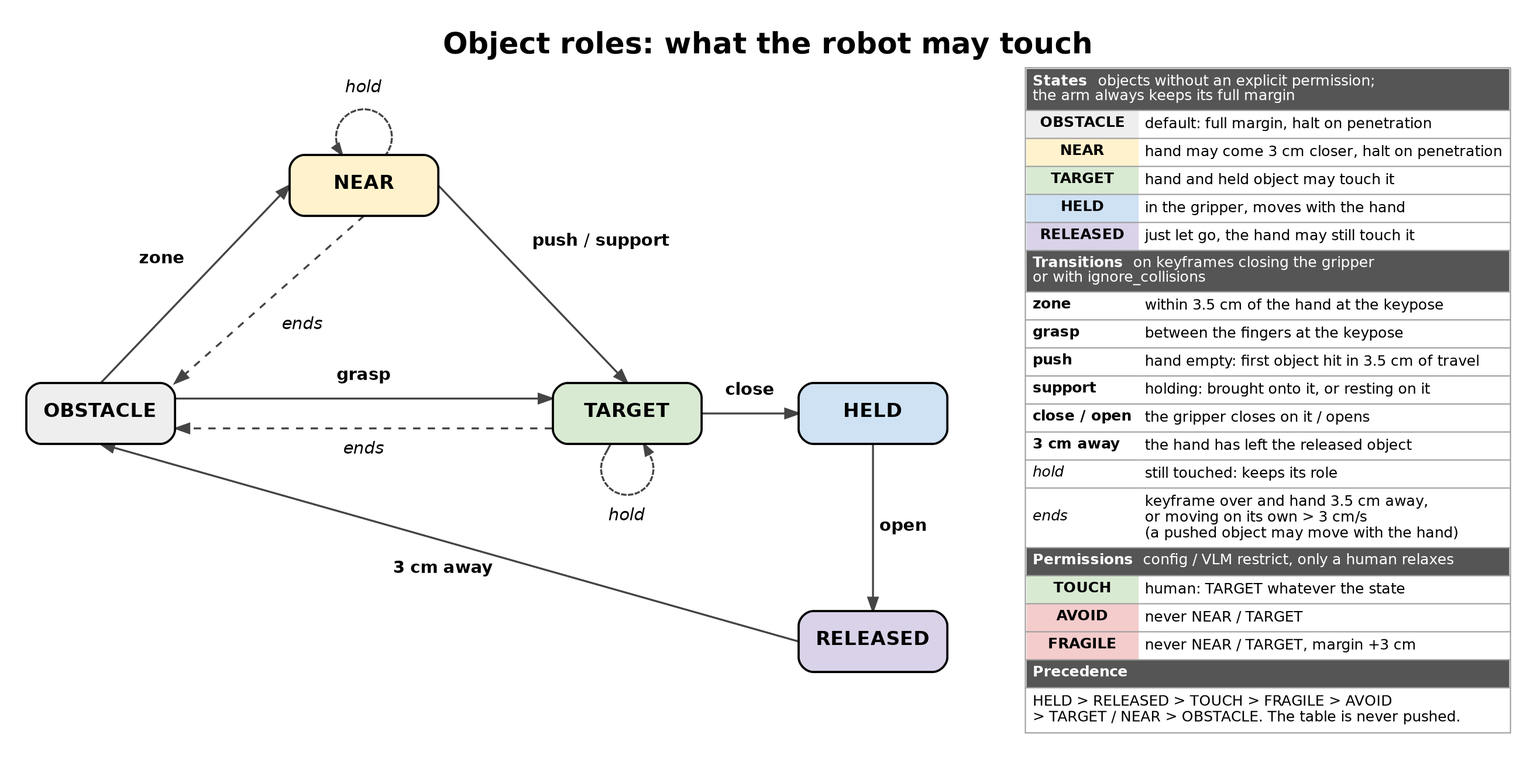
Before: docs/diagrams/object_roles.png, a diagram exported from Graphviz (Mark55X/drema_code). Its source is kept beside it as docs/diagrams/object_roles.dot. The source it was exported from:
```dot
digraph object_roles {
    graph [layout=neato, splines=line, fontname="Helvetica", fontsize=24, pad=0.3, outputorder=edgesfirst,
           label=<<b>Object roles: what the robot may touch</b>>, labelloc=t];
    node [fontname="Helvetica", fontsize=16, shape=box, style="rounded,filled,bold", penwidth=1.8, fixedsize=true,
          width=1.7, height=0.7];
    edge [penwidth=1.6, color="#444444", arrowsize=1.1];

    obstacle [pos="1.6,3.8!", label=<<b>OBSTACLE</b>>, fillcolor="#eeeeee"];
    near     [pos="4.6,6.4!", label=<<b>NEAR</b>>, fillcolor="#fff2cc"];
    target   [pos="7.6,3.8!", label=<<b>TARGET</b>>, fillcolor="#d9ead3"];
    held     [pos="10.4,3.8!", label=<<b>HELD</b>>, fillcolor="#cfe2f3"];
    released [pos="10.4,1.2!", label=<<b>RELEASED</b>>, fillcolor="#d9d2e9"];

    obstacle:n -> near:w;
    near:s -> obstacle:ne [style=dashed];
    near:e -> target:n;
    target:e -> held:w;
    held:s -> released:n;
    released:w -> obstacle:s;

    node [shape=point, width=0.01, style=invis, fixedsize=true];
    grasp_o [pos="2.45,3.97!"];  grasp_t [pos="6.75,3.97!"];
    ends_t [pos="6.75,3.63!"];  ends_o [pos="2.45,3.63!"];
    grasp_o -> grasp_t;
    ends_t -> ends_o [style=dashed];

    node [shape=point, width=0.01, style=invis, fixedsize=true];
    near_h0 [pos="4.877,6.790!"];  near_h1 [pos="4.909,6.867!"];  near_h2 [pos="4.920,6.950!"];  near_h3 [pos="4.909,7.033!"];  near_h4 [pos="4.877,7.110!"];  near_h5 [pos="4.826,7.176!"];  near_h6 [pos="4.760,7.227!"];  near_h7 [pos="4.683,7.259!"];  near_h8 [pos="4.600,7.270!"];  near_h9 [pos="4.517,7.259!"];  near_h10 [pos="4.440,7.227!"];  near_h11 [pos="4.374,7.176!"];  near_h12 [pos="4.323,7.110!"];  near_h13 [pos="4.291,7.033!"];  near_h14 [pos="4.280,6.950!"];  near_h15 [pos="4.291,6.867!"];  near_h16 [pos="4.323,6.790!"];
    near -> near_h0 [arrowhead=none];
    near_h0 -> near_h1 [arrowhead=none];
    near_h1 -> near_h2 [arrowhead=none];
    near_h2 -> near_h3 [arrowhead=none];
    near_h3 -> near_h4 [arrowhead=none];
    near_h4 -> near_h5 [arrowhead=none];
    near_h5 -> near_h6 [arrowhead=none];
    near_h6 -> near_h7 [arrowhead=none];
    near_h7 -> near_h8 [arrowhead=none];
    near_h8 -> near_h9 [arrowhead=none];
    near_h9 -> near_h10 [arrowhead=none];
    near_h10 -> near_h11 [arrowhead=none];
    near_h11 -> near_h12 [arrowhead=none];
    near_h12 -> near_h13 [arrowhead=none];
    near_h13 -> near_h14 [arrowhead=none];
    near_h14 -> near_h15 [arrowhead=none];
    near_h15 -> near_h16 [arrowhead=none];
    near_h16 -> near [arrowsize=0.9];

    target_h0 [pos="7.340,3.320!"];  target_h1 [pos="7.310,3.248!"];  target_h2 [pos="7.300,3.170!"];  target_h3 [pos="7.310,3.092!"];  target_h4 [pos="7.340,3.020!"];  target_h5 [pos="7.388,2.958!"];  target_h6 [pos="7.450,2.910!"];  target_h7 [pos="7.522,2.880!"];  target_h8 [pos="7.600,2.870!"];  target_h9 [pos="7.678,2.880!"];  target_h10 [pos="7.750,2.910!"];  target_h11 [pos="7.812,2.958!"];  target_h12 [pos="7.860,3.020!"];  target_h13 [pos="7.890,3.092!"];  target_h14 [pos="7.900,3.170!"];  target_h15 [pos="7.890,3.248!"];  target_h16 [pos="7.860,3.320!"];
    target -> target_h0 [arrowhead=none];
    target_h0 -> target_h1 [arrowhead=none];
    target_h1 -> target_h2 [arrowhead=none];
    target_h2 -> target_h3 [arrowhead=none];
    target_h3 -> target_h4 [arrowhead=none];
    target_h4 -> target_h5 [arrowhead=none];
    target_h5 -> target_h6 [arrowhead=none];
    target_h6 -> target_h7 [arrowhead=none];
    target_h7 -> target_h8 [arrowhead=none];
    target_h8 -> target_h9 [arrowhead=none];
    target_h9 -> target_h10 [arrowhead=none];
    target_h10 -> target_h11 [arrowhead=none];
    target_h11 -> target_h12 [arrowhead=none];
    target_h12 -> target_h13 [arrowhead=none];
    target_h13 -> target_h14 [arrowhead=none];
    target_h14 -> target_h15 [arrowhead=none];
    target_h15 -> target_h16 [arrowhead=none];
    target_h16 -> target [arrowsize=0.9];

    node [shape=plaintext, style="", fontsize=14, fixedsize=false, width=0, height=0, margin=0];
    l_zone    [pos="2.3,5.55!", label=<<b>zone</b>>];
    l_end1    [pos="3.9,4.8!", label=<<i>ends</i>>];
    l_grasp   [pos="4.6,4.22!", label=<<b>grasp</b>>];
    l_end2    [pos="4.6,3.38!", label=<<i>ends</i>>];
    l_policy  [pos="7.3,5.75!", label=<<b>push</b> / <b>support</b>>];
    l_close   [pos="9.0,4.05!", label=<<b>close</b>>];
    l_open    [pos="10.75,2.5!", label=<<b>open</b>>];
    l_away    [pos="5.5,2.02!", label=<<b>3 cm away</b>>];
    l_hold1   [pos="4.6,7.5!", label=<<i>hold</i>>];
    l_hold2   [pos="7.6,2.62!", label=<<i>hold</i>>];

    legend [pos="14.9,3.95!", shape=plaintext, fontsize=12, label=<
<table border="1" cellborder="0" cellspacing="0" cellpadding="5" rows="*" color="#9e9e9e">
<tr><td colspan="2" align="left" balign="left" bgcolor="#555555"><font color="white"><b>States</b>  objects without an explicit permission;<br/>the arm always keeps its full margin</font></td></tr>
<tr><td bgcolor="#eeeeee"><b>OBSTACLE</b></td><td align="left" balign="left">default: full margin, halt on penetration</td></tr>
<tr><td bgcolor="#fff2cc"><b>NEAR</b></td><td align="left" balign="left">hand may come 3 cm closer, halt on penetration</td></tr>
<tr><td bgcolor="#d9ead3"><b>TARGET</b></td><td align="left" balign="left">hand and held object may touch it</td></tr>
<tr><td bgcolor="#cfe2f3"><b>HELD</b></td><td align="left" balign="left">in the gripper, moves with the hand</td></tr>
<tr><td bgcolor="#d9d2e9"><b>RELEASED</b></td><td align="left" balign="left">just let go, the hand may still touch it</td></tr>
<tr><td colspan="2" align="left" balign="left" bgcolor="#555555"><font color="white"><b>Transitions</b>  on keyframes closing the gripper<br/>or with ignore_collisions</font></td></tr>
<tr><td align="left"><b>zone</b></td><td align="left" balign="left">within 3.5 cm of the hand at the keypose</td></tr>
<tr><td align="left"><b>grasp</b></td><td align="left" balign="left">between the fingers at the keypose</td></tr>
<tr><td align="left"><b>push</b></td><td align="left" balign="left">hand empty: first object hit in 3.5 cm of travel</td></tr>
<tr><td align="left"><b>support</b></td><td align="left" balign="left">holding: brought onto it, or resting on it</td></tr>
<tr><td align="left"><b>close / open</b></td><td align="left" balign="left">the gripper closes on it / opens</td></tr>
<tr><td align="left"><b>3 cm away</b></td><td align="left" balign="left">the hand has left the released object</td></tr>
<tr><td align="left"><i>hold</i></td><td align="left" balign="left">still touched: keeps its role</td></tr>
<tr><td align="left"><i>ends</i></td><td align="left" balign="left">keyframe over and hand 3.5 cm away,<br/>or moving on its own &gt; 3 cm/s<br/>(a pushed object may move with the hand)</td></tr>
<tr><td colspan="2" align="left" balign="left" bgcolor="#555555"><font color="white"><b>Permissions</b>  config / VLM restrict, only a human relaxes</font></td></tr>
<tr><td bgcolor="#d9ead3"><b>TOUCH</b></td><td align="left" balign="left">human: TARGET whatever the state</td></tr>
<tr><td bgcolor="#f4cccc"><b>AVOID</b></td><td align="left" balign="left">never NEAR / TARGET</td></tr>
<tr><td bgcolor="#f4cccc"><b>FRAGILE</b></td><td align="left" balign="left">never NEAR / TARGET, margin +3 cm</td></tr>
<tr><td colspan="2" align="left" balign="left" bgcolor="#555555"><font color="white"><b>Precedence</b></font></td></tr>
<tr><td colspan="2" align="left" balign="left">HELD &gt; RELEASED &gt; TOUCH &gt; FRAGILE &gt; AVOID<br/>&gt; TARGET / NEAR &gt; OBSTACLE. The table is never pushed.</td></tr>
</table>>];
}
```
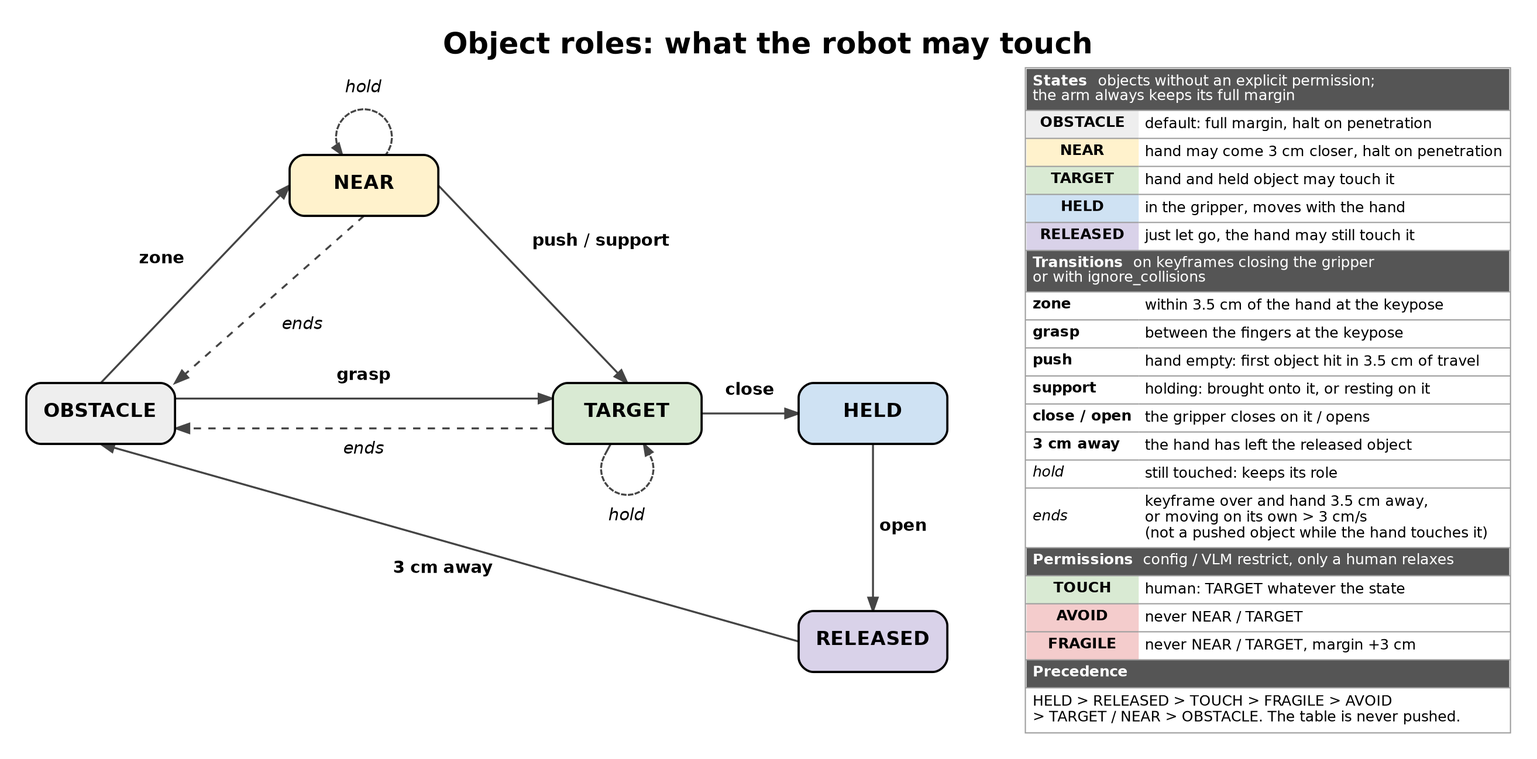
After the change.

Change to the diagram source:
```diff
@@ -93,7 +93,7 @@
 <tr><td align="left"><b>close / open</b></td><td align="left" balign="left">the gripper closes on it / opens</td></tr>
 <tr><td align="left"><b>3 cm away</b></td><td align="left" balign="left">the hand has left the released object</td></tr>
 <tr><td align="left"><i>hold</i></td><td align="left" balign="left">still touched: keeps its role</td></tr>
-<tr><td align="left"><i>ends</i></td><td align="left" balign="left">keyframe over and hand 3.5 cm away,<br/>or moving on its own &gt; 3 cm/s<br/>(a pushed object may move with the hand)</td></tr>
+<tr><td align="left"><i>ends</i></td><td align="left" balign="left">keyframe over and hand 3.5 cm away,<br/>or moving on its own &gt; 3 cm/s<br/>(not a pushed object while the hand touches it)</td></tr>
 <tr><td colspan="2" align="left" balign="left" bgcolor="#555555"><font color="white"><b>Permissions</b>  config / VLM restrict, only a human relaxes</font></td></tr>
 <tr><td bgcolor="#d9ead3"><b>TOUCH</b></td><td align="left" balign="left">human: TARGET whatever the state</td></tr>
 <tr><td bgcolor="#f4cccc"><b>AVOID</b></td><td align="left" balign="left">never NEAR / TARGET</td></tr>
```
